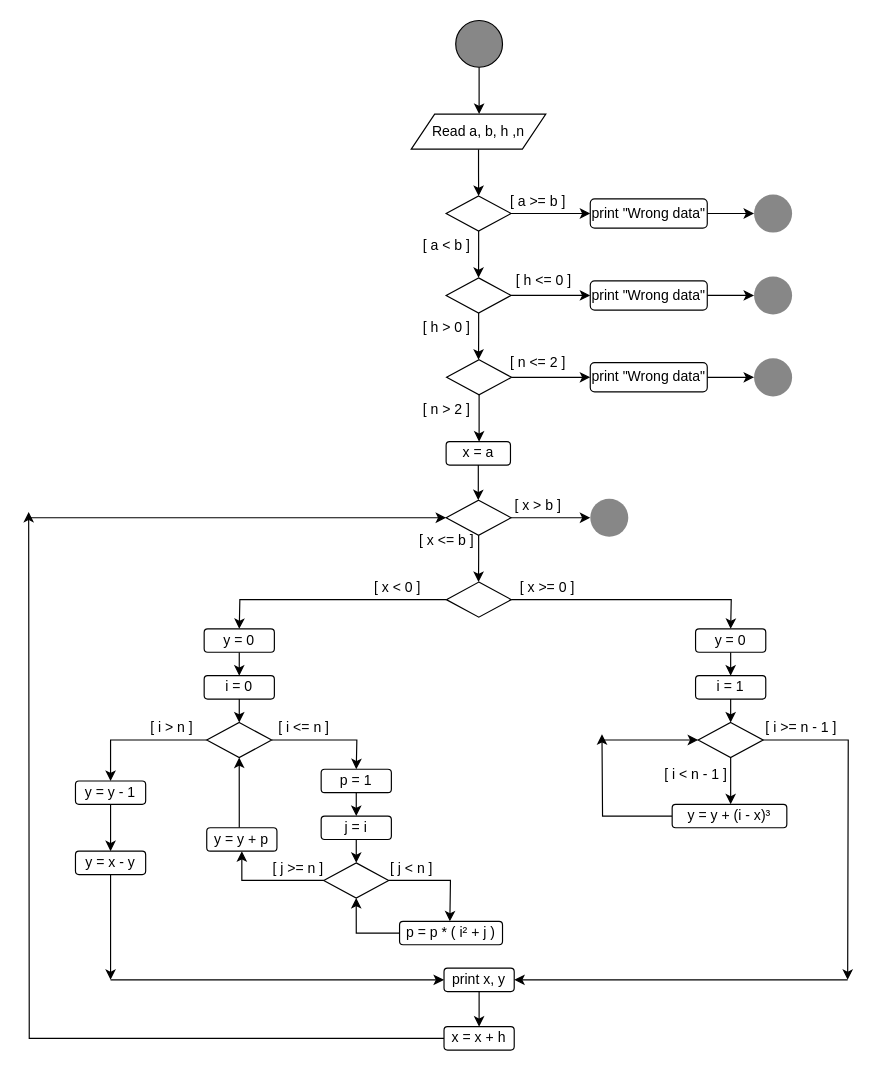
Earlier version of the draw.io diagram ОП_Lab_1_3_diagram.drawio (Erw1n-git/drawio_flowcharts). Source tidied: cells renumbered, new cells numbered last; positions are measured from the earlier drawing's top-left corner, leaving out a move shared by most shapes. Both pictures are drawn from the tidied source at 117%, with x=0, y=0 at pixel (28, 20).
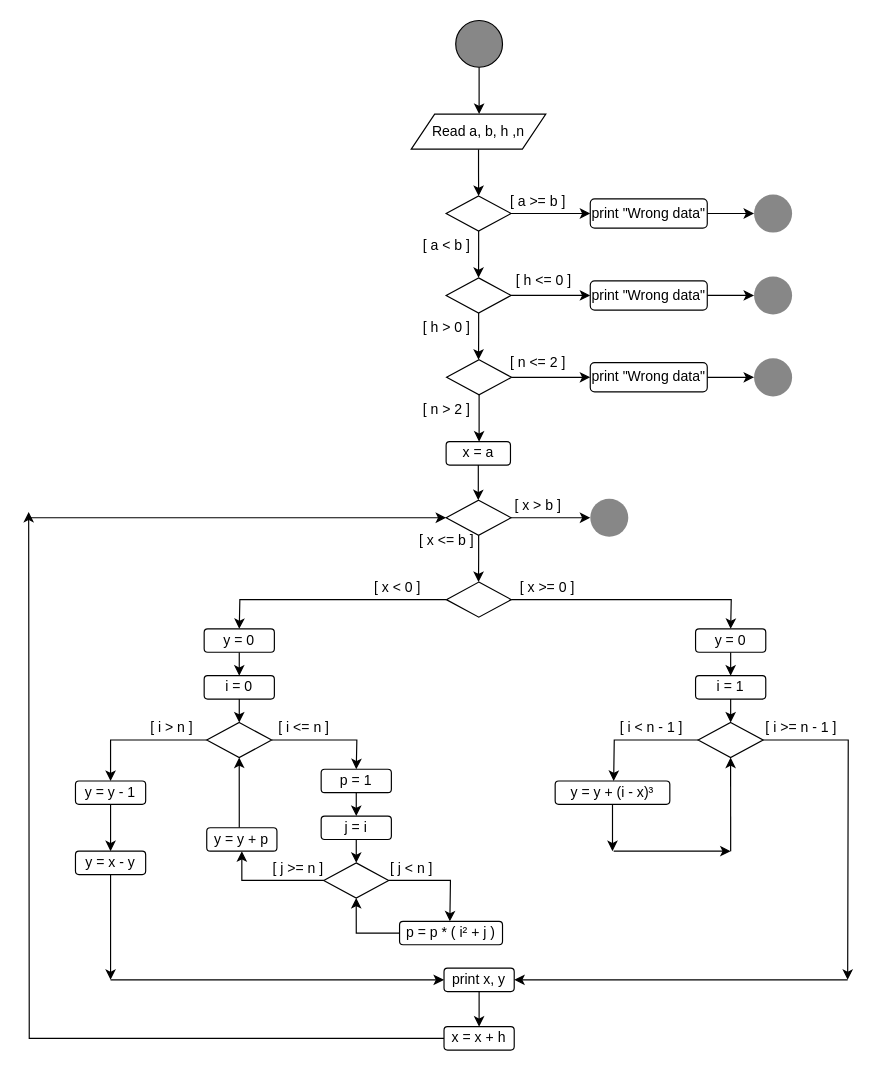
The same page after the edit.

The change refers to these unchanged cells:
```xml
<mxCell id="52" style="rhombus;whiteSpace=wrap;html=1;fillColor=#FFFFFF;" parent="1" vertex="1">
  <mxGeometry x="572.2" y="600" width="55.5" height="30" as="geometry" />
</mxCell>
```

The edit, as a diff of the source:
```diff
@@
-    <mxCell id="50" style="edgeStyle=orthogonalEdgeStyle;rounded=0;jettySize=auto;html=1;" parent="1" edge="1" source="52">
-      <mxGeometry relative="1" as="geometry">
-        <mxPoint x="600" y="670" as="targetPoint" />
-      </mxGeometry>
-    </mxCell>
@@
+    <mxCell id="88" style="edgeStyle=orthogonalEdgeStyle;rounded=0;jettySize=auto;html=1;" parent="1" edge="1" source="52">
+      <mxGeometry relative="1" as="geometry">
+        <mxPoint x="500" y="650" as="targetPoint" />
+      </mxGeometry>
+    </mxCell>
@@
     <mxCell id="76" value="[ i &amp;lt; n - 1 ]" style="text;html=1;align=center;verticalAlign=middle;strokeColor=none;fillColor=none;" parent="1" vertex="1">
-      <mxGeometry x="530" y="630" width="80" height="30" as="geometry" />
+      <mxGeometry x="492.2" y="590" width="80" height="30" as="geometry" />
     </mxCell>
@@
-    <mxCell id="78" style="edgeStyle=orthogonalEdgeStyle;rounded=0;jettySize=auto;html=1;" parent="1" edge="1" source="79">
-      <mxGeometry relative="1" as="geometry">
-        <mxPoint x="490" y="610" as="targetPoint" />
-      </mxGeometry>
-    </mxCell>
+    <mxCell id="89" style="edgeStyle=orthogonalEdgeStyle;rounded=0;jettySize=auto;html=1;" parent="1" edge="1" source="79">
+      <mxGeometry relative="1" as="geometry">
+        <mxPoint x="499" y="710" as="targetPoint" />
+      </mxGeometry>
+    </mxCell>
     <mxCell id="79" value="y = y + (i - x)³" style="rounded=1;whiteSpace=wrap;html=1;fillColor=#FFFFFF;" parent="1" vertex="1">
-      <mxGeometry x="550" y="670" width="98" height="20" as="geometry" />
+      <mxGeometry x="450" y="650" width="98" height="20" as="geometry" />
     </mxCell>
-    <mxCell id="80" style="endArrow=classic;html=1;rounded=0;entryX=0;entryY=0.5;entryDx=0;entryDy=0;" parent="1" edge="1" target="52">
-      <mxGeometry relative="1" as="geometry">
-        <mxPoint x="490" y="615" as="sourcePoint" />
-      </mxGeometry>
-    </mxCell>
@@
+    <mxCell id="90" style="endArrow=classic;html=1;rounded=0;" parent="1" edge="1">
+      <mxGeometry relative="1" as="geometry">
+        <mxPoint x="500" y="710" as="sourcePoint" />
+        <mxPoint x="600" y="710" as="targetPoint" />
+      </mxGeometry>
+    </mxCell>
+    <mxCell id="91" style="endArrow=classic;html=1;rounded=0;entryX=0.5;entryY=1;entryDx=0;entryDy=0;" parent="1" edge="1" target="52">
+      <mxGeometry relative="1" as="geometry">
+        <mxPoint x="600" y="710" as="sourcePoint" />
+      </mxGeometry>
+    </mxCell>
```
